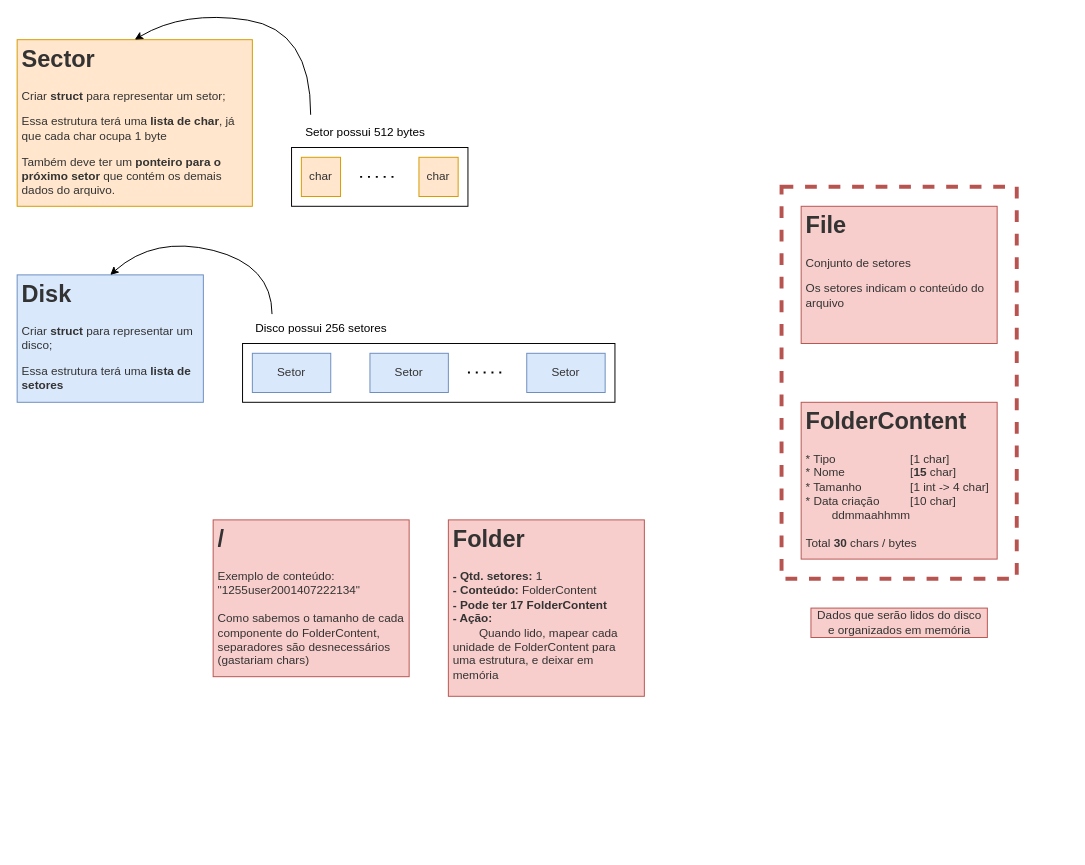
Above: simulador-sistema-arquivos/simulador-sistema-arquivos.drawio in GustavoLent/SO2 (draw.io), before the change. Source tidied: cells renumbered, new cells numbered last; positions are measured from the earlier drawing's top-left corner, leaving out a move shared by most shapes. Both pictures are drawn from the tidied source at 98%, with x=0, y=0 at pixel (17, 10).
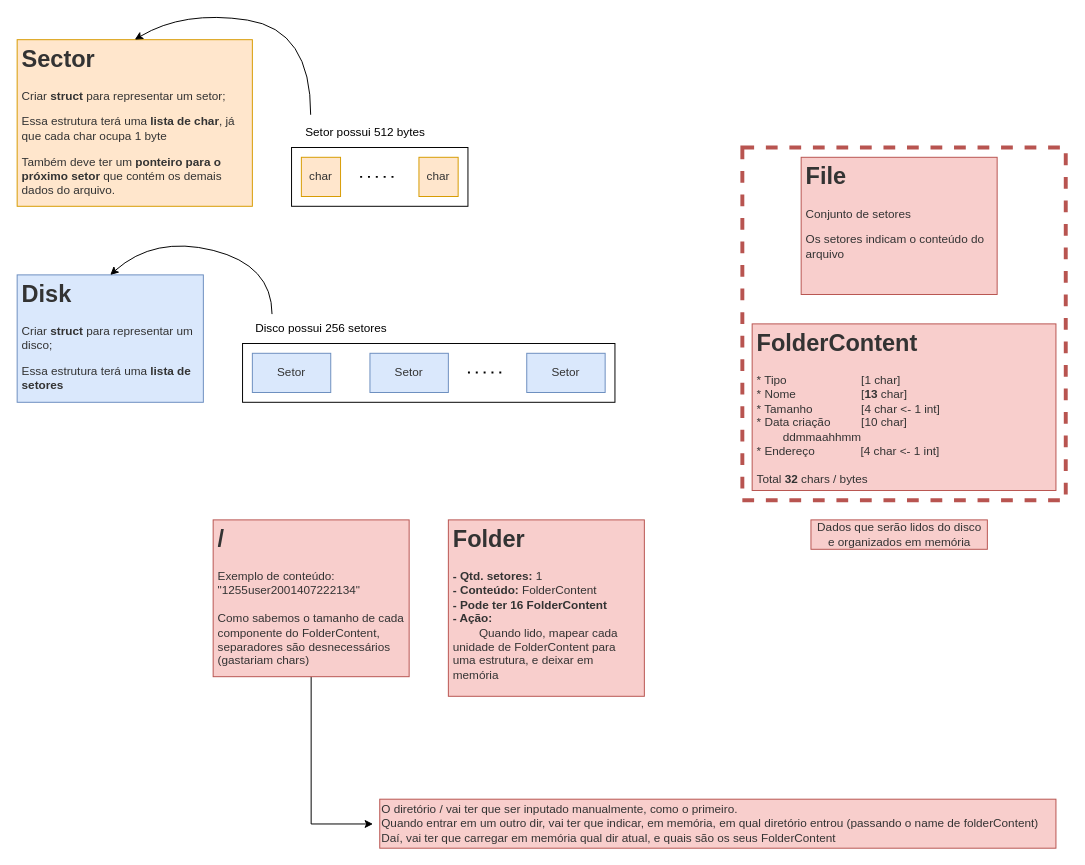
Above is the later version.

Commit message (it also covers changes not shown here):
Struct Sector e tabela de alocação de setores + alterações no diagrama, com correção do tamanho de FolderContent, e análise do diretório /

The change refers to these unchanged cells:
```xml
<mxCell id="21" value="&lt;h1&gt;&lt;font color=&quot;#333333&quot;&gt;/&lt;/font&gt;&lt;/h1&gt;&lt;div&gt;&lt;font color=&quot;#333333&quot;&gt;Exemplo de conteúdo:&lt;/font&gt;&lt;/div&gt;&lt;div&gt;&lt;font color=&quot;#333333&quot;&gt;&quot;1255user2001407222134&quot;&lt;/font&gt;&lt;/div&gt;&lt;div&gt;&lt;font color=&quot;#333333&quot;&gt;&lt;br&gt;&lt;/font&gt;&lt;/div&gt;&lt;div&gt;&lt;font color=&quot;#333333&quot;&gt;Como sabemos o tamanho de cada componente do FolderContent, separadores são desnecessários (gastariam chars)&lt;/font&gt;&lt;/div&gt;" style="text;html=1;strokeColor=#b85450;fillColor=#f8cecc;spacing=5;spacingTop=-20;whiteSpace=wrap;overflow=hidden;rounded=0;" parent="1" vertex="1">
  <mxGeometry x="200" y="520" width="200" height="160" as="geometry" />
</mxCell>
```

Diff of the diagram source:
```diff
@@
     <mxCell id="2" style="rounded=0;whiteSpace=wrap;html=1;fillColor=none;strokeColor=#b85450;dashed=1;strokeWidth=4;" parent="1" vertex="1">
-      <mxGeometry x="780" y="180" width="240" height="400" as="geometry" />
+      <mxGeometry x="740" y="140" width="330" height="360" as="geometry" />
     </mxCell>
@@
     <mxCell id="18" value="&lt;h1&gt;&lt;font color=&quot;#333333&quot;&gt;File&lt;/font&gt;&lt;/h1&gt;&lt;p&gt;&lt;font color=&quot;#333333&quot;&gt;Conjunto de setores&lt;/font&gt;&lt;/p&gt;&lt;p&gt;&lt;font color=&quot;#333333&quot;&gt;Os setores indicam o conteúdo do arquivo&lt;/font&gt;&lt;/p&gt;" style="text;html=1;strokeColor=#b85450;fillColor=#f8cecc;spacing=5;spacingTop=-20;whiteSpace=wrap;overflow=hidden;rounded=0;align=left;" parent="1" vertex="1">
-      <mxGeometry x="800" y="200" width="200" height="140" as="geometry" />
+      <mxGeometry x="800" y="150" width="200" height="140" as="geometry" />
     </mxCell>
+    <mxCell id="23" style="edgeStyle=orthogonalEdgeStyle;rounded=0;jettySize=auto;html=1;entryX=-0.01;entryY=0.506;entryDx=0;entryDy=0;entryPerimeter=0;exitX=0.5;exitY=1;exitDx=0;exitDy=0;" parent="1" edge="1" source="21" target="24">
+      <mxGeometry relative="1" as="geometry">
+        <Array as="points">
+          <mxPoint x="300" y="830" />
+        </Array>
+      </mxGeometry>
+    </mxCell>
-    <mxCell id="19" value="&lt;h1&gt;&lt;font color=&quot;#333333&quot;&gt;Folder&lt;/font&gt;&lt;/h1&gt;&lt;div&gt;&lt;font color=&quot;#333333&quot;&gt;&lt;b&gt;- Qtd. setores:&lt;/b&gt; 1&lt;/font&gt;&lt;/div&gt;&lt;div&gt;&lt;font color=&quot;#333333&quot;&gt;&lt;b&gt;- Conteúdo:&lt;/b&gt; FolderContent&lt;/font&gt;&lt;/div&gt;&lt;div&gt;&lt;font color=&quot;#333333&quot;&gt;&lt;b&gt;- Pode ter 17 FolderContent&lt;/b&gt;&lt;/font&gt;&lt;/div&gt;&lt;div&gt;&lt;font color=&quot;#333333&quot;&gt;&lt;span&gt;&lt;b&gt;- Ação:&lt;/b&gt;&lt;/span&gt;&lt;br&gt;&lt;/font&gt;&lt;/div&gt;&lt;div&gt;&lt;span&gt;&lt;font color=&quot;#333333&quot;&gt;&lt;span style=&quot;white-space: pre&quot;&gt;&#9;&lt;/span&gt;Quando lido, mapear cada unidade de FolderContent para uma estrutura, e deixar em memória&lt;/font&gt;&lt;br&gt;&lt;/span&gt;&lt;/div&gt;" style="text;html=1;strokeColor=#b85450;fillColor=#f8cecc;spacing=5;spacingTop=-20;whiteSpace=wrap;overflow=hidden;rounded=0;" parent="1" vertex="1">
+    <mxCell id="19" value="&lt;h1&gt;&lt;font color=&quot;#333333&quot;&gt;Folder&lt;/font&gt;&lt;/h1&gt;&lt;div&gt;&lt;font color=&quot;#333333&quot;&gt;&lt;b&gt;- Qtd. setores:&lt;/b&gt; 1&lt;/font&gt;&lt;/div&gt;&lt;div&gt;&lt;font color=&quot;#333333&quot;&gt;&lt;b&gt;- Conteúdo:&lt;/b&gt; FolderContent&lt;/font&gt;&lt;/div&gt;&lt;div&gt;&lt;font color=&quot;#333333&quot;&gt;&lt;b&gt;- Pode ter 16 FolderContent&lt;/b&gt;&lt;/font&gt;&lt;/div&gt;&lt;div&gt;&lt;font color=&quot;#333333&quot;&gt;&lt;span&gt;&lt;b&gt;- Ação:&lt;/b&gt;&lt;/span&gt;&lt;br&gt;&lt;/font&gt;&lt;/div&gt;&lt;div&gt;&lt;span&gt;&lt;font color=&quot;#333333&quot;&gt;&lt;span style=&quot;white-space: pre&quot;&gt;&#9;&lt;/span&gt;Quando lido, mapear cada unidade de FolderContent para uma estrutura, e deixar em memória&lt;/font&gt;&lt;br&gt;&lt;/span&gt;&lt;/div&gt;" style="text;html=1;strokeColor=#b85450;fillColor=#f8cecc;spacing=5;spacingTop=-20;whiteSpace=wrap;overflow=hidden;rounded=0;" parent="1" vertex="1">
       <mxGeometry x="440" y="520" width="200" height="180" as="geometry" />
     </mxCell>
-    <mxCell id="20" value="&lt;p style=&quot;line-height: 0.7&quot;&gt;&lt;/p&gt;&lt;h1&gt;&lt;span style=&quot;color: rgb(51 , 51 , 51)&quot;&gt;FolderContent&lt;/span&gt;&lt;/h1&gt;&lt;div&gt;&lt;font color=&quot;#333333&quot;&gt;* Tipo&lt;span&gt;&#9;&lt;span style=&quot;white-space: pre&quot;&gt;&#9;&lt;/span&gt;&lt;span style=&quot;white-space: pre&quot;&gt;&#9;&lt;/span&gt;&lt;span style=&quot;white-space: pre&quot;&gt;&#9;&lt;/span&gt;&lt;/span&gt;[1 char]&lt;/font&gt;&lt;/div&gt;&lt;div&gt;&lt;font color=&quot;#333333&quot;&gt;* Nome&lt;span style=&quot;white-space: pre&quot;&gt;&#9;&lt;/span&gt;&lt;span style=&quot;white-space: pre&quot;&gt;&#9;&lt;/span&gt;&lt;span style=&quot;white-space: pre&quot;&gt;&#9;&lt;/span&gt;[&lt;b&gt;15&lt;/b&gt;&amp;nbsp;char]&lt;/font&gt;&lt;/div&gt;&lt;div&gt;&lt;font color=&quot;#333333&quot;&gt;* Tamanho&lt;span style=&quot;white-space: pre&quot;&gt;&#9;&lt;/span&gt;&lt;span style=&quot;white-space: pre&quot;&gt;&#9;&lt;/span&gt;[1 int -&amp;gt; 4 char]&lt;/font&gt;&lt;/div&gt;&lt;div&gt;&lt;font color=&quot;#333333&quot;&gt;* Data criação&lt;span style=&quot;white-space: pre&quot;&gt;&#9;&lt;/span&gt;&lt;span style=&quot;white-space: pre&quot;&gt;&#9;&lt;/span&gt;[10 char]&amp;nbsp;&lt;/font&gt;&lt;span style=&quot;color: rgb(51 , 51 , 51)&quot;&gt;&amp;nbsp; &amp;nbsp; &amp;nbsp; &amp;nbsp;&lt;/span&gt;&lt;/div&gt;&lt;span style=&quot;color: rgb(51 , 51 , 51)&quot;&gt;&lt;span style=&quot;white-space: pre&quot;&gt;&#9;&lt;/span&gt;ddmmaahhmm&lt;br&gt;&lt;br&gt;Total &lt;b&gt;30 &lt;/b&gt;chars / bytes&lt;br&gt;&lt;/span&gt;&lt;p&gt;&lt;/p&gt;" style="text;html=1;strokeColor=#b85450;fillColor=#f8cecc;spacing=5;spacingTop=-20;whiteSpace=wrap;overflow=hidden;rounded=0;" parent="1" vertex="1">
-      <mxGeometry x="800" y="400" width="200" height="160" as="geometry" />
+    <mxCell id="20" value="&lt;p style=&quot;line-height: 0.7&quot;&gt;&lt;/p&gt;&lt;h1&gt;&lt;span style=&quot;color: rgb(51 , 51 , 51)&quot;&gt;FolderContent&lt;/span&gt;&lt;/h1&gt;&lt;div&gt;&lt;font color=&quot;#333333&quot;&gt;* Tipo&lt;span&gt;&#9;&lt;span style=&quot;white-space: pre&quot;&gt;&#9;&lt;/span&gt;&lt;span style=&quot;white-space: pre&quot;&gt;&#9;&lt;/span&gt;&lt;span style=&quot;white-space: pre&quot;&gt;&#9;&lt;/span&gt;&lt;/span&gt;[1 char]&lt;/font&gt;&lt;/div&gt;&lt;div&gt;&lt;font color=&quot;#333333&quot;&gt;* Nome&lt;span style=&quot;white-space: pre&quot;&gt;&#9;&lt;/span&gt;&lt;span style=&quot;white-space: pre&quot;&gt;&#9;&lt;/span&gt;&lt;span style=&quot;white-space: pre&quot;&gt;&#9;&lt;/span&gt;[&lt;b&gt;13&lt;/b&gt;&amp;nbsp;char]&lt;/font&gt;&lt;/div&gt;&lt;div&gt;&lt;font color=&quot;#333333&quot;&gt;* Tamanho&lt;span style=&quot;white-space: pre&quot;&gt;&#9;&lt;/span&gt;&lt;span style=&quot;white-space: pre&quot;&gt;&#9;&lt;/span&gt;[4 char &amp;lt;- 1 int]&lt;/font&gt;&lt;/div&gt;&lt;div&gt;&lt;font color=&quot;#333333&quot;&gt;* Data criação&lt;span style=&quot;white-space: pre&quot;&gt;&#9;&lt;/span&gt;&lt;span style=&quot;white-space: pre&quot;&gt;&#9;&lt;/span&gt;[10 char]&amp;nbsp;&lt;/font&gt;&lt;span style=&quot;color: rgb(51 , 51 , 51)&quot;&gt;&amp;nbsp; &amp;nbsp; &amp;nbsp; &amp;nbsp;&lt;/span&gt;&lt;/div&gt;&lt;span style=&quot;color: rgb(51 , 51 , 51)&quot;&gt;&lt;span style=&quot;white-space: pre&quot;&gt;&#9;&lt;/span&gt;ddmmaahhmm&lt;br&gt;* Endereço&amp;nbsp; &amp;nbsp; &amp;nbsp; &amp;nbsp; &amp;nbsp; &amp;nbsp; &amp;nbsp; [4 char &amp;lt;- 1 int]&lt;br&gt;&lt;br&gt;Total &lt;b&gt;32&amp;nbsp;&lt;/b&gt;chars / bytes&lt;br&gt;&lt;/span&gt;&lt;p&gt;&lt;/p&gt;" style="text;html=1;strokeColor=#b85450;fillColor=#f8cecc;spacing=5;spacingTop=-20;whiteSpace=wrap;overflow=hidden;rounded=0;" parent="1" vertex="1">
+      <mxGeometry x="750" y="320" width="310" height="170" as="geometry" />
     </mxCell>
@@
     <mxCell id="22" value="&lt;font color=&quot;#333333&quot;&gt;Dados que serão lidos do disco &lt;br&gt;e organizados em memória&lt;/font&gt;" style="text;html=1;align=center;verticalAlign=middle;strokeColor=#b85450;fillColor=#f8cecc;" parent="1" vertex="1">
-      <mxGeometry x="810" y="610" width="180" height="30" as="geometry" />
+      <mxGeometry x="810" y="520" width="180" height="30" as="geometry" />
     </mxCell>
+    <mxCell id="24" value="&lt;font color=&quot;#333333&quot;&gt;O diretório / vai ter que ser inputado manualmente, como o primeiro.&lt;br&gt;Quando entrar em um outro dir, vai ter que indicar, em memória, em qual diretório entrou (passando o name de folderContent)&lt;br&gt;Daí, vai ter que carregar em memória qual dir atual, e quais são os seus FolderContent&lt;br&gt;&lt;/font&gt;" style="text;html=1;align=left;verticalAlign=middle;points=[];strokeColor=#b85450;fillColor=#f8cecc;" parent="1" vertex="1">
+      <mxGeometry x="370" y="805" width="690" height="50" as="geometry" />
+    </mxCell>
```
